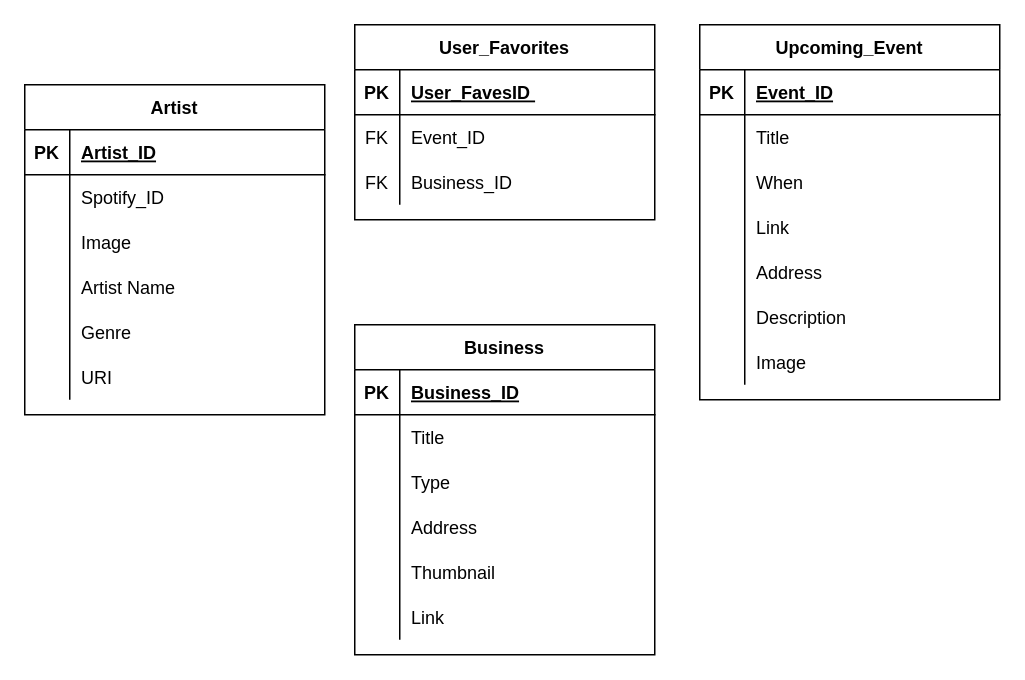
This is Untitled Diagram.drawio from NotNanetteKaye/FullStack-capstone2022, a draw.io file, before an edit. Source tidied: cells renumbered, new cells numbered last; positions are measured from the earlier drawing's top-left corner, leaving out a move shared by most shapes. Both pictures are drawn from the tidied source at 150%, with x=0, y=0 at pixel (24, 24).
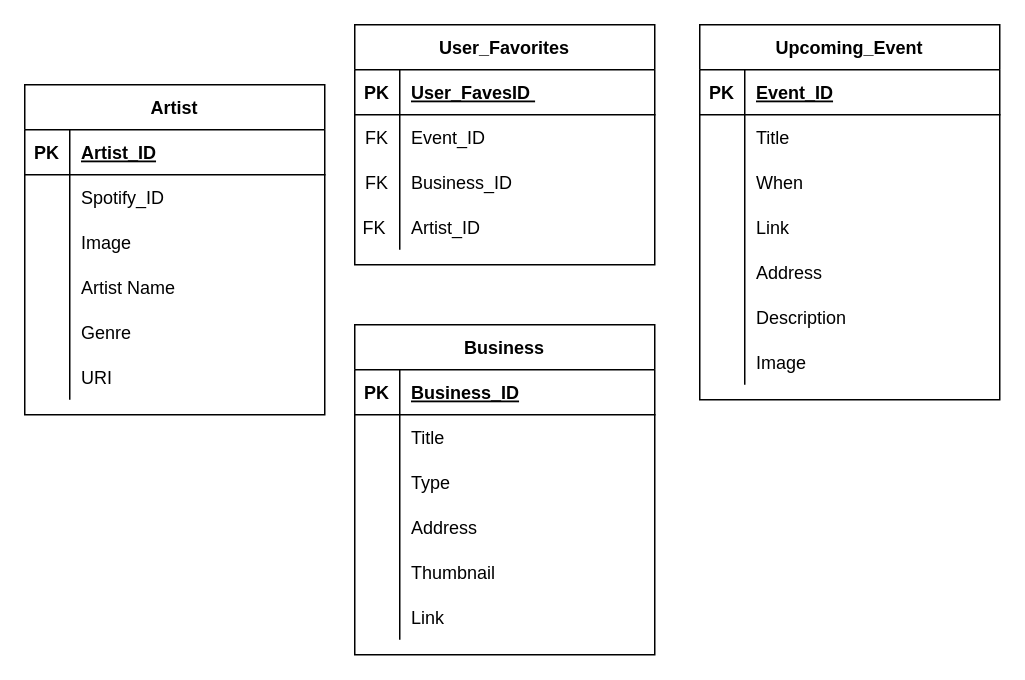
The same page after the edit.

Commit message:
Modified User_Favorites Table

Change to the diagram source:
```diff
@@
     <mxCell id="2" value="User_Favorites" style="shape=table;startSize=30;childLayout=tableLayout;rowLines=0;fontStyle=1;align=center;" parent="1" vertex="1">
-      <mxGeometry x="220" width="200" height="130" as="geometry" />
+      <mxGeometry x="220" width="200" height="160" as="geometry" />
     </mxCell>
@@
+    <mxCell id="72" style="shape=partialRectangle;fillColor=none;top=0;left=0;right=0;bottom=0;" parent="2" vertex="1">
+      <mxGeometry y="120" width="200" height="30" as="geometry" />
+    </mxCell>
+    <mxCell id="73" value="FK " style="shape=partialRectangle;overflow=hidden;fillColor=none;top=0;left=0;bottom=0;right=0;" parent="72" vertex="1">
+      <mxGeometry width="30" height="30" as="geometry" />
+    </mxCell>
+    <mxCell id="74" value="Artist_ID" style="shape=partialRectangle;overflow=hidden;fillColor=none;top=0;left=0;bottom=0;right=0;align=left;spacingLeft=6;" parent="72" vertex="1">
+      <mxGeometry x="30" width="170" height="30" as="geometry" />
+    </mxCell>
```
